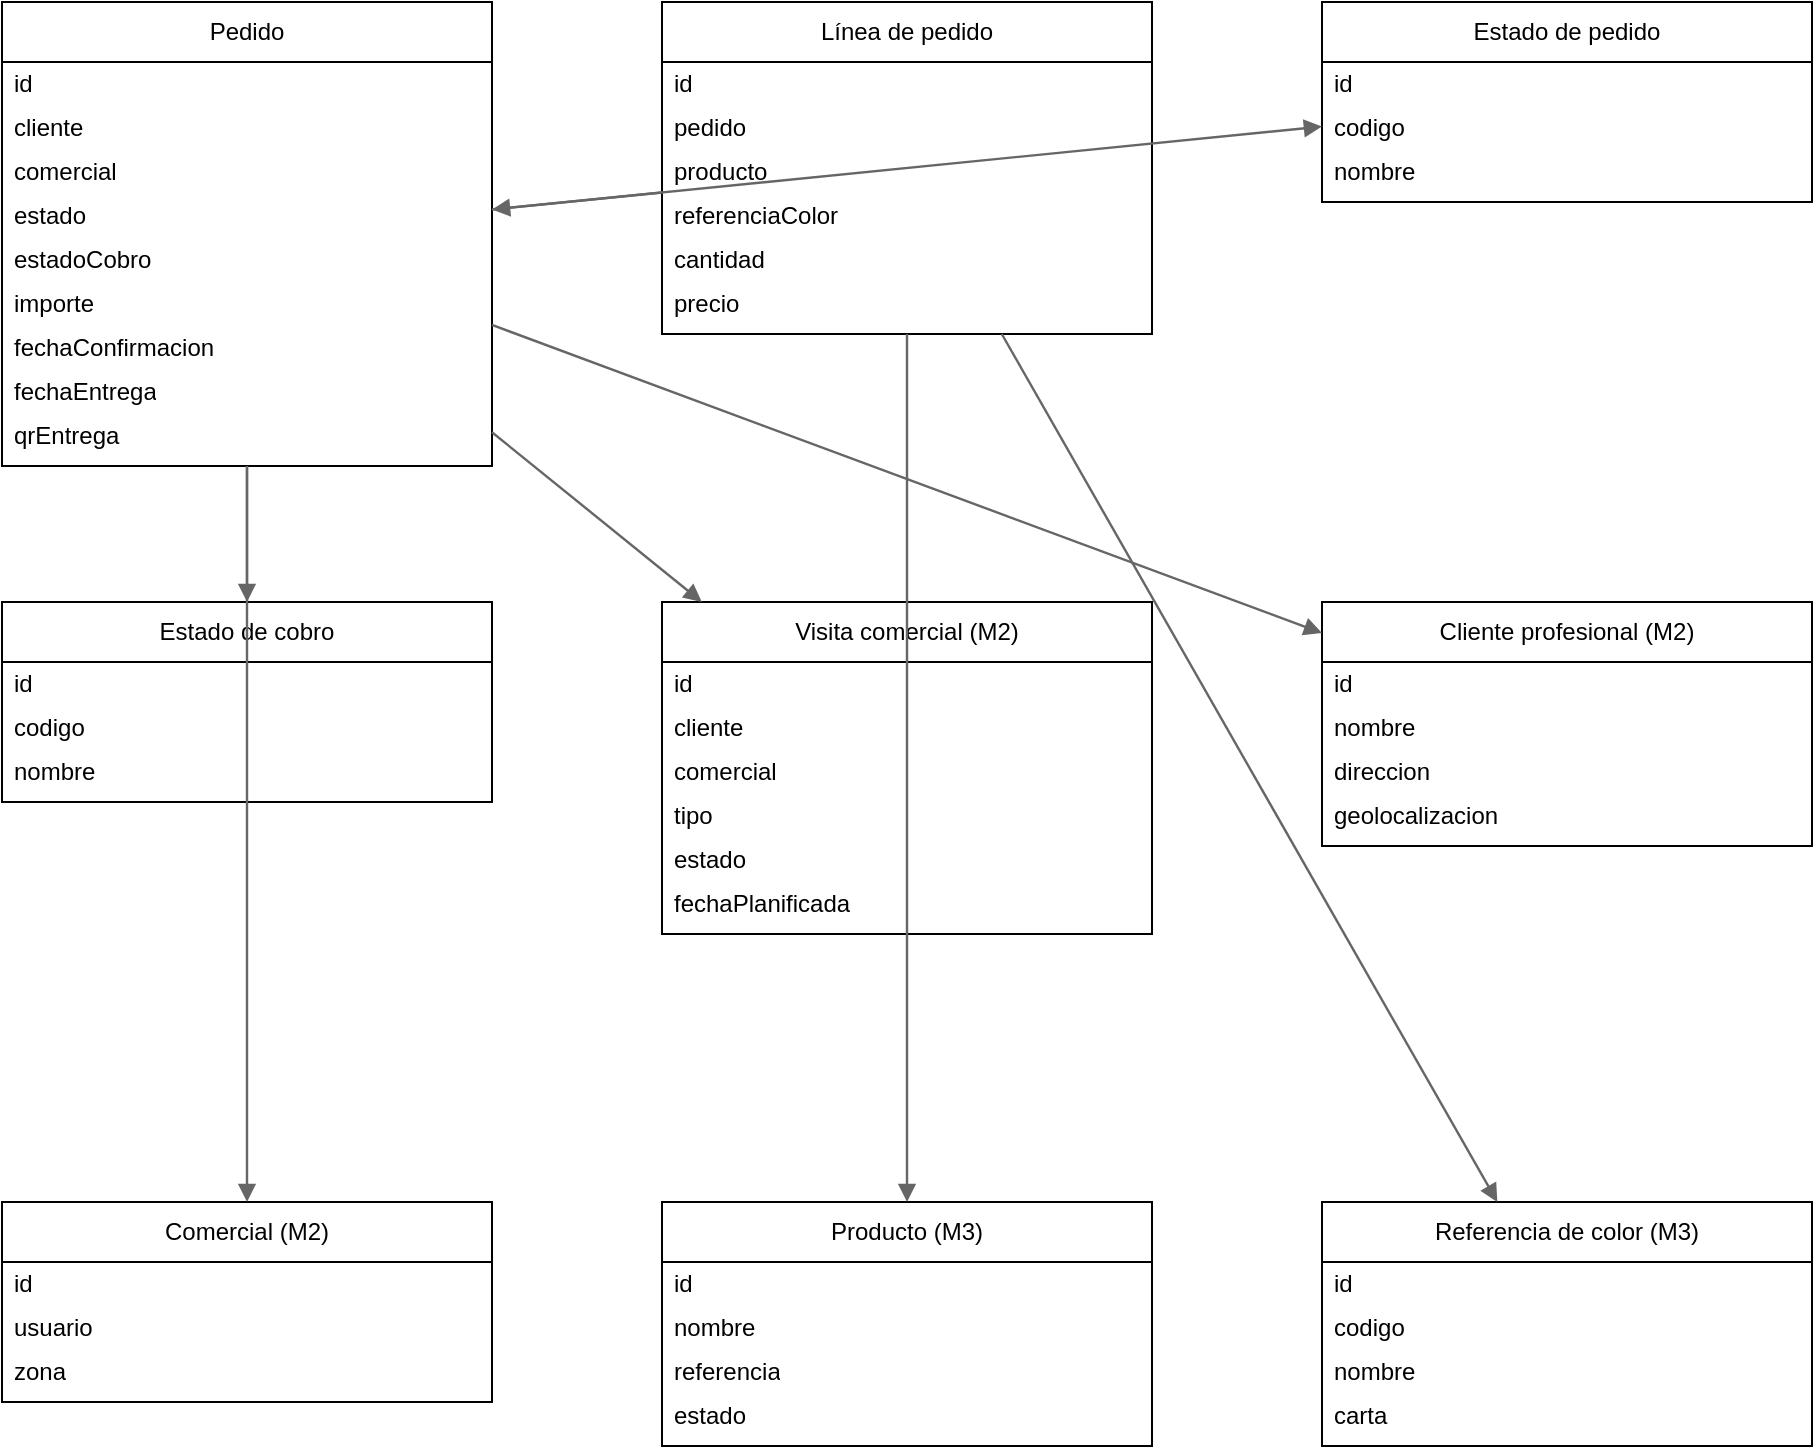
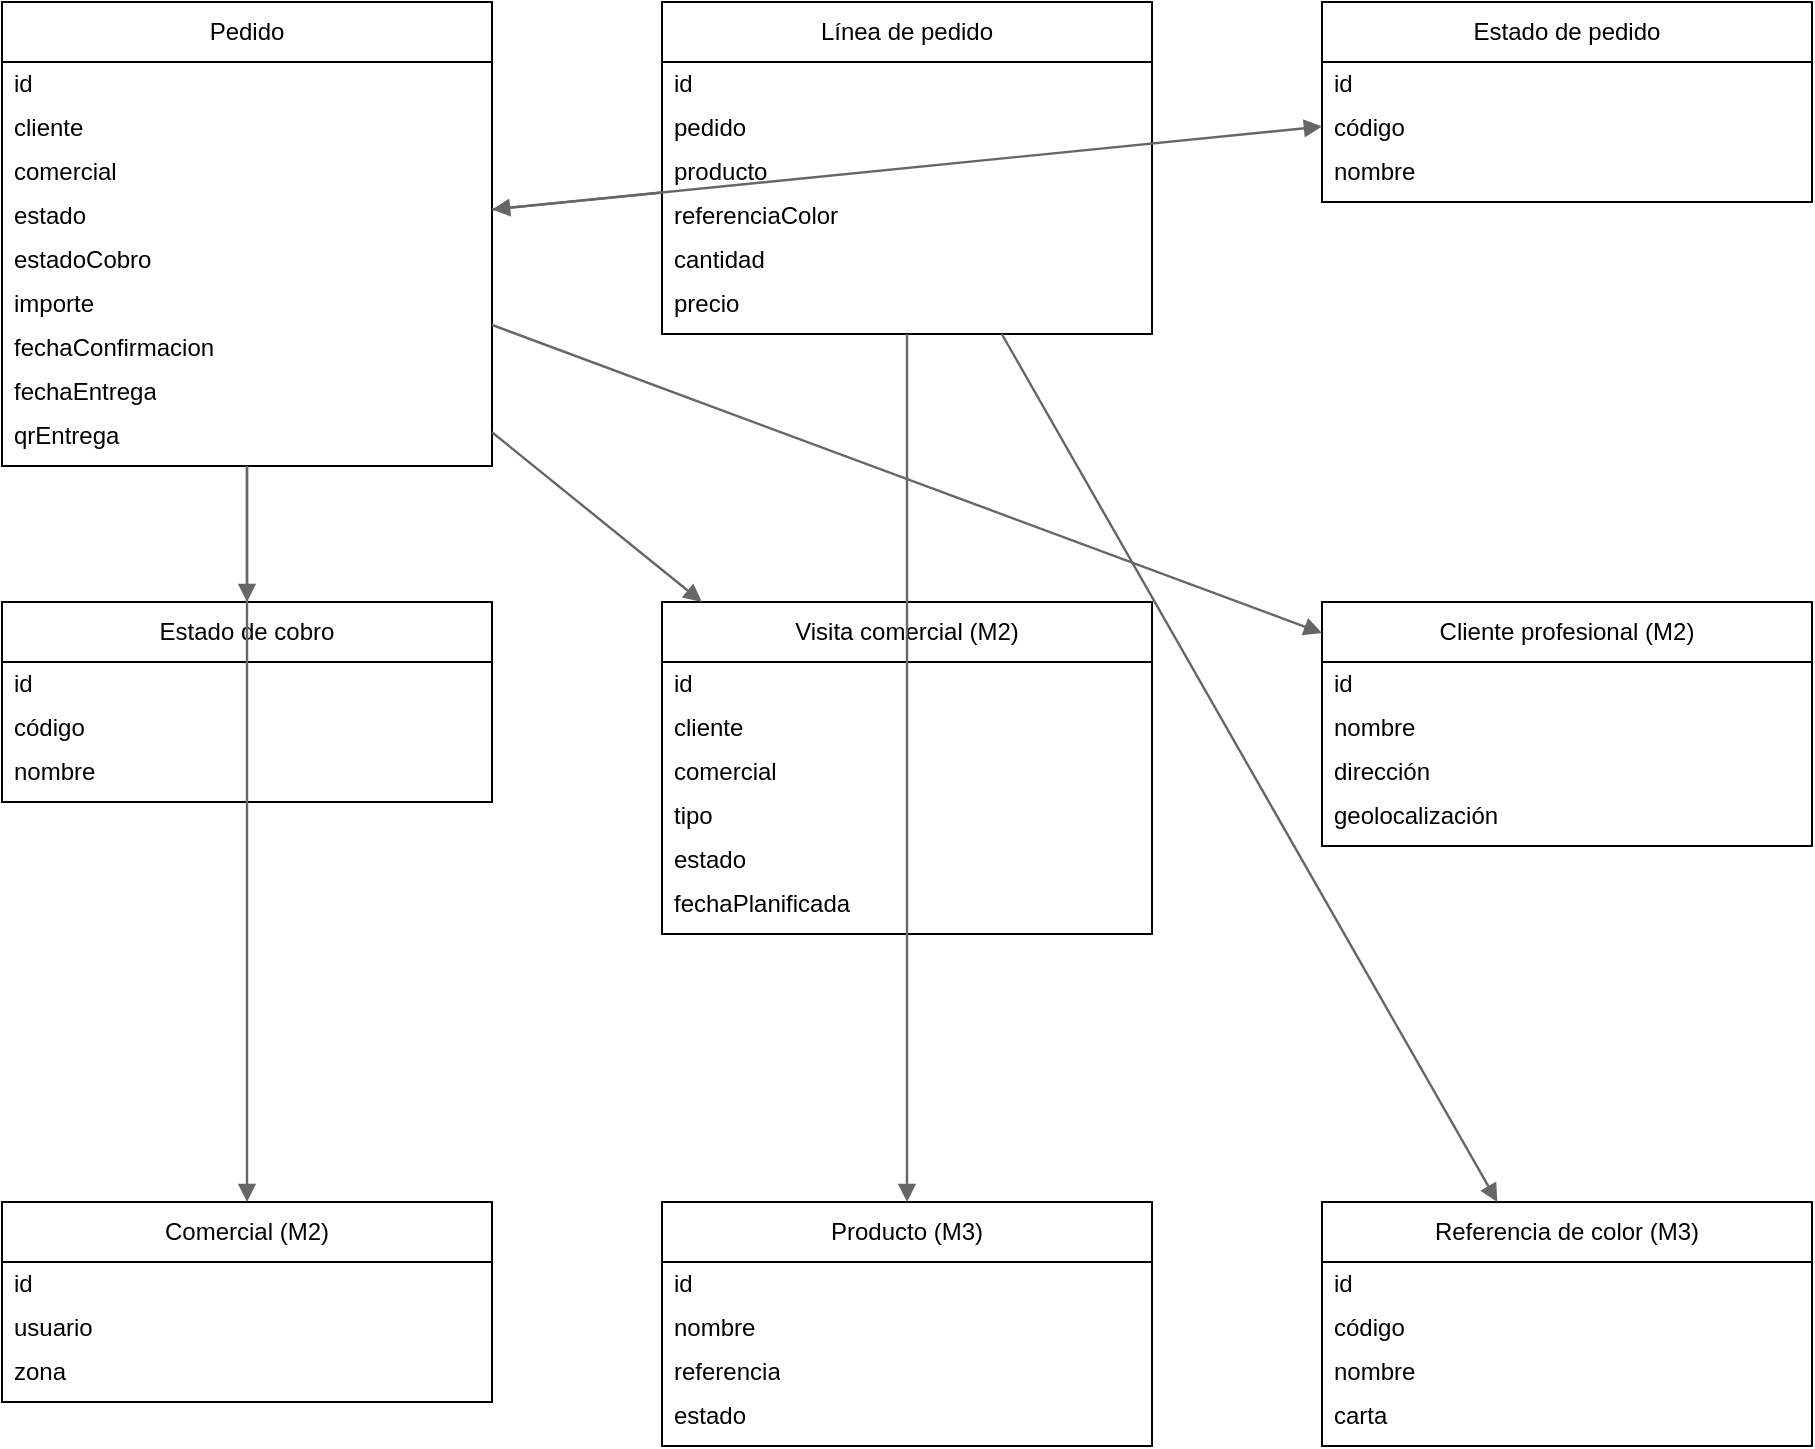
<?xml version="1.0" encoding="UTF-8"?>
<mxfile host="codex-generated">
  <diagram name="M4 - Modelo conceptual de datos" id="m4-mcd-conceptual">
    <mxGraphModel dx="1600" dy="1200" grid="1" gridSize="10" guides="1" tooltips="1" connect="1" arrows="1" fold="1" page="1" pageScale="1" pageWidth="1200" pageHeight="900" math="0" shadow="0">
      <root>
        <mxCell id="0"/>
        <mxCell id="1" parent="0"/>
        <mxCell id="entity-pedido" value="Pedido" style="swimlane;fontStyle=0;childLayout=stackLayout;horizontal=1;startSize=30;horizontalStack=0;resizeParent=1;resizeParentMax=0;resizeLast=0;collapsible=1;marginBottom=0;whiteSpace=wrap;html=1;fontColor=#000000;" parent="1" vertex="1"><mxGeometry x="70" y="80" width="245" height="232" as="geometry"/></mxCell>
        <mxCell id="entity-pedido-a0" value="id" style="text;strokeColor=none;fillColor=none;align=left;verticalAlign=middle;spacingLeft=4;spacingRight=4;overflow=hidden;points=[[0,0.5],[1,0.5]];portConstraint=eastwest;rotatable=0;whiteSpace=wrap;html=1;fontColor=#000000;" parent="entity-pedido" vertex="1"><mxGeometry y="30" width="245" height="22" as="geometry"/></mxCell>
        <mxCell id="entity-pedido-a1" value="cliente" style="text;strokeColor=none;fillColor=none;align=left;verticalAlign=middle;spacingLeft=4;spacingRight=4;overflow=hidden;points=[[0,0.5],[1,0.5]];portConstraint=eastwest;rotatable=0;whiteSpace=wrap;html=1;fontColor=#000000;" parent="entity-pedido" vertex="1"><mxGeometry y="52" width="245" height="22" as="geometry"/></mxCell>
        <mxCell id="entity-pedido-a2" value="comercial" style="text;strokeColor=none;fillColor=none;align=left;verticalAlign=middle;spacingLeft=4;spacingRight=4;overflow=hidden;points=[[0,0.5],[1,0.5]];portConstraint=eastwest;rotatable=0;whiteSpace=wrap;html=1;fontColor=#000000;" parent="entity-pedido" vertex="1"><mxGeometry y="74" width="245" height="22" as="geometry"/></mxCell>
        <mxCell id="entity-pedido-a3" value="estado" style="text;strokeColor=none;fillColor=none;align=left;verticalAlign=middle;spacingLeft=4;spacingRight=4;overflow=hidden;points=[[0,0.5],[1,0.5]];portConstraint=eastwest;rotatable=0;whiteSpace=wrap;html=1;fontColor=#000000;" parent="entity-pedido" vertex="1"><mxGeometry y="96" width="245" height="22" as="geometry"/></mxCell>
        <mxCell id="entity-pedido-a4" value="estadoCobro" style="text;strokeColor=none;fillColor=none;align=left;verticalAlign=middle;spacingLeft=4;spacingRight=4;overflow=hidden;points=[[0,0.5],[1,0.5]];portConstraint=eastwest;rotatable=0;whiteSpace=wrap;html=1;fontColor=#000000;" parent="entity-pedido" vertex="1"><mxGeometry y="118" width="245" height="22" as="geometry"/></mxCell>
        <mxCell id="entity-pedido-a5" value="importe" style="text;strokeColor=none;fillColor=none;align=left;verticalAlign=middle;spacingLeft=4;spacingRight=4;overflow=hidden;points=[[0,0.5],[1,0.5]];portConstraint=eastwest;rotatable=0;whiteSpace=wrap;html=1;fontColor=#000000;" parent="entity-pedido" vertex="1"><mxGeometry y="140" width="245" height="22" as="geometry"/></mxCell>
        <mxCell id="entity-pedido-a6" value="fechaConfirmacion" style="text;strokeColor=none;fillColor=none;align=left;verticalAlign=middle;spacingLeft=4;spacingRight=4;overflow=hidden;points=[[0,0.5],[1,0.5]];portConstraint=eastwest;rotatable=0;whiteSpace=wrap;html=1;fontColor=#000000;" parent="entity-pedido" vertex="1"><mxGeometry y="162" width="245" height="22" as="geometry"/></mxCell>
        <mxCell id="entity-pedido-a7" value="fechaEntrega" style="text;strokeColor=none;fillColor=none;align=left;verticalAlign=middle;spacingLeft=4;spacingRight=4;overflow=hidden;points=[[0,0.5],[1,0.5]];portConstraint=eastwest;rotatable=0;whiteSpace=wrap;html=1;fontColor=#000000;" parent="entity-pedido" vertex="1"><mxGeometry y="184" width="245" height="22" as="geometry"/></mxCell>
        <mxCell id="entity-pedido-a8" value="qrEntrega" style="text;strokeColor=none;fillColor=none;align=left;verticalAlign=middle;spacingLeft=4;spacingRight=4;overflow=hidden;points=[[0,0.5],[1,0.5]];portConstraint=eastwest;rotatable=0;whiteSpace=wrap;html=1;fontColor=#000000;" parent="entity-pedido" vertex="1"><mxGeometry y="206" width="245" height="22" as="geometry"/></mxCell>
        <mxCell id="entity-linea-de-pedido" value="Línea de pedido" style="swimlane;fontStyle=0;childLayout=stackLayout;horizontal=1;startSize=30;horizontalStack=0;resizeParent=1;resizeParentMax=0;resizeLast=0;collapsible=1;marginBottom=0;whiteSpace=wrap;html=1;fontColor=#000000;" parent="1" vertex="1"><mxGeometry x="400" y="80" width="245" height="166" as="geometry"/></mxCell>
        <mxCell id="entity-linea-de-pedido-a0" value="id" style="text;strokeColor=none;fillColor=none;align=left;verticalAlign=middle;spacingLeft=4;spacingRight=4;overflow=hidden;points=[[0,0.5],[1,0.5]];portConstraint=eastwest;rotatable=0;whiteSpace=wrap;html=1;fontColor=#000000;" parent="entity-linea-de-pedido" vertex="1"><mxGeometry y="30" width="245" height="22" as="geometry"/></mxCell>
        <mxCell id="entity-linea-de-pedido-a1" value="pedido" style="text;strokeColor=none;fillColor=none;align=left;verticalAlign=middle;spacingLeft=4;spacingRight=4;overflow=hidden;points=[[0,0.5],[1,0.5]];portConstraint=eastwest;rotatable=0;whiteSpace=wrap;html=1;fontColor=#000000;" parent="entity-linea-de-pedido" vertex="1"><mxGeometry y="52" width="245" height="22" as="geometry"/></mxCell>
        <mxCell id="entity-linea-de-pedido-a2" value="producto" style="text;strokeColor=none;fillColor=none;align=left;verticalAlign=middle;spacingLeft=4;spacingRight=4;overflow=hidden;points=[[0,0.5],[1,0.5]];portConstraint=eastwest;rotatable=0;whiteSpace=wrap;html=1;fontColor=#000000;" parent="entity-linea-de-pedido" vertex="1"><mxGeometry y="74" width="245" height="22" as="geometry"/></mxCell>
        <mxCell id="entity-linea-de-pedido-a3" value="referenciaColor" style="text;strokeColor=none;fillColor=none;align=left;verticalAlign=middle;spacingLeft=4;spacingRight=4;overflow=hidden;points=[[0,0.5],[1,0.5]];portConstraint=eastwest;rotatable=0;whiteSpace=wrap;html=1;fontColor=#000000;" parent="entity-linea-de-pedido" vertex="1"><mxGeometry y="96" width="245" height="22" as="geometry"/></mxCell>
        <mxCell id="entity-linea-de-pedido-a4" value="cantidad" style="text;strokeColor=none;fillColor=none;align=left;verticalAlign=middle;spacingLeft=4;spacingRight=4;overflow=hidden;points=[[0,0.5],[1,0.5]];portConstraint=eastwest;rotatable=0;whiteSpace=wrap;html=1;fontColor=#000000;" parent="entity-linea-de-pedido" vertex="1"><mxGeometry y="118" width="245" height="22" as="geometry"/></mxCell>
        <mxCell id="entity-linea-de-pedido-a5" value="precio" style="text;strokeColor=none;fillColor=none;align=left;verticalAlign=middle;spacingLeft=4;spacingRight=4;overflow=hidden;points=[[0,0.5],[1,0.5]];portConstraint=eastwest;rotatable=0;whiteSpace=wrap;html=1;fontColor=#000000;" parent="entity-linea-de-pedido" vertex="1"><mxGeometry y="140" width="245" height="22" as="geometry"/></mxCell>
        <mxCell id="entity-estado-de-pedido" value="Estado de pedido" style="swimlane;fontStyle=0;childLayout=stackLayout;horizontal=1;startSize=30;horizontalStack=0;resizeParent=1;resizeParentMax=0;resizeLast=0;collapsible=1;marginBottom=0;whiteSpace=wrap;html=1;fontColor=#000000;" parent="1" vertex="1"><mxGeometry x="730" y="80" width="245" height="100" as="geometry"/></mxCell>
        <mxCell id="entity-estado-de-pedido-a0" value="id" style="text;strokeColor=none;fillColor=none;align=left;verticalAlign=middle;spacingLeft=4;spacingRight=4;overflow=hidden;points=[[0,0.5],[1,0.5]];portConstraint=eastwest;rotatable=0;whiteSpace=wrap;html=1;fontColor=#000000;" parent="entity-estado-de-pedido" vertex="1"><mxGeometry y="30" width="245" height="22" as="geometry"/></mxCell>
-         <mxCell id="entity-estado-de-pedido-a1" value="codigo" style="text;strokeColor=none;fillColor=none;align=left;verticalAlign=middle;spacingLeft=4;spacingRight=4;overflow=hidden;points=[[0,0.5],[1,0.5]];portConstraint=eastwest;rotatable=0;whiteSpace=wrap;html=1;fontColor=#000000;" parent="entity-estado-de-pedido" vertex="1"><mxGeometry y="52" width="245" height="22" as="geometry"/></mxCell>
+         <mxCell id="entity-estado-de-pedido-a1" value="código" style="text;strokeColor=none;fillColor=none;align=left;verticalAlign=middle;spacingLeft=4;spacingRight=4;overflow=hidden;points=[[0,0.5],[1,0.5]];portConstraint=eastwest;rotatable=0;whiteSpace=wrap;html=1;fontColor=#000000;" parent="entity-estado-de-pedido" vertex="1"><mxGeometry y="52" width="245" height="22" as="geometry"/></mxCell>
        <mxCell id="entity-estado-de-pedido-a2" value="nombre" style="text;strokeColor=none;fillColor=none;align=left;verticalAlign=middle;spacingLeft=4;spacingRight=4;overflow=hidden;points=[[0,0.5],[1,0.5]];portConstraint=eastwest;rotatable=0;whiteSpace=wrap;html=1;fontColor=#000000;" parent="entity-estado-de-pedido" vertex="1"><mxGeometry y="74" width="245" height="22" as="geometry"/></mxCell>
        <mxCell id="entity-estado-de-cobro" value="Estado de cobro" style="swimlane;fontStyle=0;childLayout=stackLayout;horizontal=1;startSize=30;horizontalStack=0;resizeParent=1;resizeParentMax=0;resizeLast=0;collapsible=1;marginBottom=0;whiteSpace=wrap;html=1;fontColor=#000000;" parent="1" vertex="1"><mxGeometry x="70" y="380" width="245" height="100" as="geometry"/></mxCell>
        <mxCell id="entity-estado-de-cobro-a0" value="id" style="text;strokeColor=none;fillColor=none;align=left;verticalAlign=middle;spacingLeft=4;spacingRight=4;overflow=hidden;points=[[0,0.5],[1,0.5]];portConstraint=eastwest;rotatable=0;whiteSpace=wrap;html=1;fontColor=#000000;" parent="entity-estado-de-cobro" vertex="1"><mxGeometry y="30" width="245" height="22" as="geometry"/></mxCell>
-         <mxCell id="entity-estado-de-cobro-a1" value="codigo" style="text;strokeColor=none;fillColor=none;align=left;verticalAlign=middle;spacingLeft=4;spacingRight=4;overflow=hidden;points=[[0,0.5],[1,0.5]];portConstraint=eastwest;rotatable=0;whiteSpace=wrap;html=1;fontColor=#000000;" parent="entity-estado-de-cobro" vertex="1"><mxGeometry y="52" width="245" height="22" as="geometry"/></mxCell>
+         <mxCell id="entity-estado-de-cobro-a1" value="código" style="text;strokeColor=none;fillColor=none;align=left;verticalAlign=middle;spacingLeft=4;spacingRight=4;overflow=hidden;points=[[0,0.5],[1,0.5]];portConstraint=eastwest;rotatable=0;whiteSpace=wrap;html=1;fontColor=#000000;" parent="entity-estado-de-cobro" vertex="1"><mxGeometry y="52" width="245" height="22" as="geometry"/></mxCell>
        <mxCell id="entity-estado-de-cobro-a2" value="nombre" style="text;strokeColor=none;fillColor=none;align=left;verticalAlign=middle;spacingLeft=4;spacingRight=4;overflow=hidden;points=[[0,0.5],[1,0.5]];portConstraint=eastwest;rotatable=0;whiteSpace=wrap;html=1;fontColor=#000000;" parent="entity-estado-de-cobro" vertex="1"><mxGeometry y="74" width="245" height="22" as="geometry"/></mxCell>
        <mxCell id="entity-visita-comercial-m2" value="Visita comercial (M2)" style="swimlane;fontStyle=0;childLayout=stackLayout;horizontal=1;startSize=30;horizontalStack=0;resizeParent=1;resizeParentMax=0;resizeLast=0;collapsible=1;marginBottom=0;whiteSpace=wrap;html=1;fontColor=#000000;" parent="1" vertex="1"><mxGeometry x="400" y="380" width="245" height="166" as="geometry"/></mxCell>
        <mxCell id="entity-visita-comercial-m2-a0" value="id" style="text;strokeColor=none;fillColor=none;align=left;verticalAlign=middle;spacingLeft=4;spacingRight=4;overflow=hidden;points=[[0,0.5],[1,0.5]];portConstraint=eastwest;rotatable=0;whiteSpace=wrap;html=1;fontColor=#000000;" parent="entity-visita-comercial-m2" vertex="1"><mxGeometry y="30" width="245" height="22" as="geometry"/></mxCell>
        <mxCell id="entity-visita-comercial-m2-a1" value="cliente" style="text;strokeColor=none;fillColor=none;align=left;verticalAlign=middle;spacingLeft=4;spacingRight=4;overflow=hidden;points=[[0,0.5],[1,0.5]];portConstraint=eastwest;rotatable=0;whiteSpace=wrap;html=1;fontColor=#000000;" parent="entity-visita-comercial-m2" vertex="1"><mxGeometry y="52" width="245" height="22" as="geometry"/></mxCell>
        <mxCell id="entity-visita-comercial-m2-a2" value="comercial" style="text;strokeColor=none;fillColor=none;align=left;verticalAlign=middle;spacingLeft=4;spacingRight=4;overflow=hidden;points=[[0,0.5],[1,0.5]];portConstraint=eastwest;rotatable=0;whiteSpace=wrap;html=1;fontColor=#000000;" parent="entity-visita-comercial-m2" vertex="1"><mxGeometry y="74" width="245" height="22" as="geometry"/></mxCell>
        <mxCell id="entity-visita-comercial-m2-a3" value="tipo" style="text;strokeColor=none;fillColor=none;align=left;verticalAlign=middle;spacingLeft=4;spacingRight=4;overflow=hidden;points=[[0,0.5],[1,0.5]];portConstraint=eastwest;rotatable=0;whiteSpace=wrap;html=1;fontColor=#000000;" parent="entity-visita-comercial-m2" vertex="1"><mxGeometry y="96" width="245" height="22" as="geometry"/></mxCell>
        <mxCell id="entity-visita-comercial-m2-a4" value="estado" style="text;strokeColor=none;fillColor=none;align=left;verticalAlign=middle;spacingLeft=4;spacingRight=4;overflow=hidden;points=[[0,0.5],[1,0.5]];portConstraint=eastwest;rotatable=0;whiteSpace=wrap;html=1;fontColor=#000000;" parent="entity-visita-comercial-m2" vertex="1"><mxGeometry y="118" width="245" height="22" as="geometry"/></mxCell>
        <mxCell id="entity-visita-comercial-m2-a5" value="fechaPlanificada" style="text;strokeColor=none;fillColor=none;align=left;verticalAlign=middle;spacingLeft=4;spacingRight=4;overflow=hidden;points=[[0,0.5],[1,0.5]];portConstraint=eastwest;rotatable=0;whiteSpace=wrap;html=1;fontColor=#000000;" parent="entity-visita-comercial-m2" vertex="1"><mxGeometry y="140" width="245" height="22" as="geometry"/></mxCell>
        <mxCell id="entity-cliente-profesional-m2" value="Cliente profesional (M2)" style="swimlane;fontStyle=0;childLayout=stackLayout;horizontal=1;startSize=30;horizontalStack=0;resizeParent=1;resizeParentMax=0;resizeLast=0;collapsible=1;marginBottom=0;whiteSpace=wrap;html=1;fontColor=#000000;" parent="1" vertex="1"><mxGeometry x="730" y="380" width="245" height="122" as="geometry"/></mxCell>
        <mxCell id="entity-cliente-profesional-m2-a0" value="id" style="text;strokeColor=none;fillColor=none;align=left;verticalAlign=middle;spacingLeft=4;spacingRight=4;overflow=hidden;points=[[0,0.5],[1,0.5]];portConstraint=eastwest;rotatable=0;whiteSpace=wrap;html=1;fontColor=#000000;" parent="entity-cliente-profesional-m2" vertex="1"><mxGeometry y="30" width="245" height="22" as="geometry"/></mxCell>
        <mxCell id="entity-cliente-profesional-m2-a1" value="nombre" style="text;strokeColor=none;fillColor=none;align=left;verticalAlign=middle;spacingLeft=4;spacingRight=4;overflow=hidden;points=[[0,0.5],[1,0.5]];portConstraint=eastwest;rotatable=0;whiteSpace=wrap;html=1;fontColor=#000000;" parent="entity-cliente-profesional-m2" vertex="1"><mxGeometry y="52" width="245" height="22" as="geometry"/></mxCell>
-         <mxCell id="entity-cliente-profesional-m2-a2" value="direccion" style="text;strokeColor=none;fillColor=none;align=left;verticalAlign=middle;spacingLeft=4;spacingRight=4;overflow=hidden;points=[[0,0.5],[1,0.5]];portConstraint=eastwest;rotatable=0;whiteSpace=wrap;html=1;fontColor=#000000;" parent="entity-cliente-profesional-m2" vertex="1"><mxGeometry y="74" width="245" height="22" as="geometry"/></mxCell>
-         <mxCell id="entity-cliente-profesional-m2-a3" value="geolocalizacion" style="text;strokeColor=none;fillColor=none;align=left;verticalAlign=middle;spacingLeft=4;spacingRight=4;overflow=hidden;points=[[0,0.5],[1,0.5]];portConstraint=eastwest;rotatable=0;whiteSpace=wrap;html=1;fontColor=#000000;" parent="entity-cliente-profesional-m2" vertex="1"><mxGeometry y="96" width="245" height="22" as="geometry"/></mxCell>
+         <mxCell id="entity-cliente-profesional-m2-a2" value="dirección" style="text;strokeColor=none;fillColor=none;align=left;verticalAlign=middle;spacingLeft=4;spacingRight=4;overflow=hidden;points=[[0,0.5],[1,0.5]];portConstraint=eastwest;rotatable=0;whiteSpace=wrap;html=1;fontColor=#000000;" parent="entity-cliente-profesional-m2" vertex="1"><mxGeometry y="74" width="245" height="22" as="geometry"/></mxCell>
+         <mxCell id="entity-cliente-profesional-m2-a3" value="geolocalización" style="text;strokeColor=none;fillColor=none;align=left;verticalAlign=middle;spacingLeft=4;spacingRight=4;overflow=hidden;points=[[0,0.5],[1,0.5]];portConstraint=eastwest;rotatable=0;whiteSpace=wrap;html=1;fontColor=#000000;" parent="entity-cliente-profesional-m2" vertex="1"><mxGeometry y="96" width="245" height="22" as="geometry"/></mxCell>
        <mxCell id="entity-comercial-m2" value="Comercial (M2)" style="swimlane;fontStyle=0;childLayout=stackLayout;horizontal=1;startSize=30;horizontalStack=0;resizeParent=1;resizeParentMax=0;resizeLast=0;collapsible=1;marginBottom=0;whiteSpace=wrap;html=1;fontColor=#000000;" parent="1" vertex="1"><mxGeometry x="70" y="680" width="245" height="100" as="geometry"/></mxCell>
        <mxCell id="entity-comercial-m2-a0" value="id" style="text;strokeColor=none;fillColor=none;align=left;verticalAlign=middle;spacingLeft=4;spacingRight=4;overflow=hidden;points=[[0,0.5],[1,0.5]];portConstraint=eastwest;rotatable=0;whiteSpace=wrap;html=1;fontColor=#000000;" parent="entity-comercial-m2" vertex="1"><mxGeometry y="30" width="245" height="22" as="geometry"/></mxCell>
        <mxCell id="entity-comercial-m2-a1" value="usuario" style="text;strokeColor=none;fillColor=none;align=left;verticalAlign=middle;spacingLeft=4;spacingRight=4;overflow=hidden;points=[[0,0.5],[1,0.5]];portConstraint=eastwest;rotatable=0;whiteSpace=wrap;html=1;fontColor=#000000;" parent="entity-comercial-m2" vertex="1"><mxGeometry y="52" width="245" height="22" as="geometry"/></mxCell>
        <mxCell id="entity-comercial-m2-a2" value="zona" style="text;strokeColor=none;fillColor=none;align=left;verticalAlign=middle;spacingLeft=4;spacingRight=4;overflow=hidden;points=[[0,0.5],[1,0.5]];portConstraint=eastwest;rotatable=0;whiteSpace=wrap;html=1;fontColor=#000000;" parent="entity-comercial-m2" vertex="1"><mxGeometry y="74" width="245" height="22" as="geometry"/></mxCell>
        <mxCell id="entity-producto-m3" value="Producto (M3)" style="swimlane;fontStyle=0;childLayout=stackLayout;horizontal=1;startSize=30;horizontalStack=0;resizeParent=1;resizeParentMax=0;resizeLast=0;collapsible=1;marginBottom=0;whiteSpace=wrap;html=1;fontColor=#000000;" parent="1" vertex="1"><mxGeometry x="400" y="680" width="245" height="122" as="geometry"/></mxCell>
        <mxCell id="entity-producto-m3-a0" value="id" style="text;strokeColor=none;fillColor=none;align=left;verticalAlign=middle;spacingLeft=4;spacingRight=4;overflow=hidden;points=[[0,0.5],[1,0.5]];portConstraint=eastwest;rotatable=0;whiteSpace=wrap;html=1;fontColor=#000000;" parent="entity-producto-m3" vertex="1"><mxGeometry y="30" width="245" height="22" as="geometry"/></mxCell>
        <mxCell id="entity-producto-m3-a1" value="nombre" style="text;strokeColor=none;fillColor=none;align=left;verticalAlign=middle;spacingLeft=4;spacingRight=4;overflow=hidden;points=[[0,0.5],[1,0.5]];portConstraint=eastwest;rotatable=0;whiteSpace=wrap;html=1;fontColor=#000000;" parent="entity-producto-m3" vertex="1"><mxGeometry y="52" width="245" height="22" as="geometry"/></mxCell>
        <mxCell id="entity-producto-m3-a2" value="referencia" style="text;strokeColor=none;fillColor=none;align=left;verticalAlign=middle;spacingLeft=4;spacingRight=4;overflow=hidden;points=[[0,0.5],[1,0.5]];portConstraint=eastwest;rotatable=0;whiteSpace=wrap;html=1;fontColor=#000000;" parent="entity-producto-m3" vertex="1"><mxGeometry y="74" width="245" height="22" as="geometry"/></mxCell>
        <mxCell id="entity-producto-m3-a3" value="estado" style="text;strokeColor=none;fillColor=none;align=left;verticalAlign=middle;spacingLeft=4;spacingRight=4;overflow=hidden;points=[[0,0.5],[1,0.5]];portConstraint=eastwest;rotatable=0;whiteSpace=wrap;html=1;fontColor=#000000;" parent="entity-producto-m3" vertex="1"><mxGeometry y="96" width="245" height="22" as="geometry"/></mxCell>
        <mxCell id="entity-referencia-de-color-m3" value="Referencia de color (M3)" style="swimlane;fontStyle=0;childLayout=stackLayout;horizontal=1;startSize=30;horizontalStack=0;resizeParent=1;resizeParentMax=0;resizeLast=0;collapsible=1;marginBottom=0;whiteSpace=wrap;html=1;fontColor=#000000;" parent="1" vertex="1"><mxGeometry x="730" y="680" width="245" height="122" as="geometry"/></mxCell>
        <mxCell id="entity-referencia-de-color-m3-a0" value="id" style="text;strokeColor=none;fillColor=none;align=left;verticalAlign=middle;spacingLeft=4;spacingRight=4;overflow=hidden;points=[[0,0.5],[1,0.5]];portConstraint=eastwest;rotatable=0;whiteSpace=wrap;html=1;fontColor=#000000;" parent="entity-referencia-de-color-m3" vertex="1"><mxGeometry y="30" width="245" height="22" as="geometry"/></mxCell>
-         <mxCell id="entity-referencia-de-color-m3-a1" value="codigo" style="text;strokeColor=none;fillColor=none;align=left;verticalAlign=middle;spacingLeft=4;spacingRight=4;overflow=hidden;points=[[0,0.5],[1,0.5]];portConstraint=eastwest;rotatable=0;whiteSpace=wrap;html=1;fontColor=#000000;" parent="entity-referencia-de-color-m3" vertex="1"><mxGeometry y="52" width="245" height="22" as="geometry"/></mxCell>
+         <mxCell id="entity-referencia-de-color-m3-a1" value="código" style="text;strokeColor=none;fillColor=none;align=left;verticalAlign=middle;spacingLeft=4;spacingRight=4;overflow=hidden;points=[[0,0.5],[1,0.5]];portConstraint=eastwest;rotatable=0;whiteSpace=wrap;html=1;fontColor=#000000;" parent="entity-referencia-de-color-m3" vertex="1"><mxGeometry y="52" width="245" height="22" as="geometry"/></mxCell>
        <mxCell id="entity-referencia-de-color-m3-a2" value="nombre" style="text;strokeColor=none;fillColor=none;align=left;verticalAlign=middle;spacingLeft=4;spacingRight=4;overflow=hidden;points=[[0,0.5],[1,0.5]];portConstraint=eastwest;rotatable=0;whiteSpace=wrap;html=1;fontColor=#000000;" parent="entity-referencia-de-color-m3" vertex="1"><mxGeometry y="74" width="245" height="22" as="geometry"/></mxCell>
        <mxCell id="entity-referencia-de-color-m3-a3" value="carta" style="text;strokeColor=none;fillColor=none;align=left;verticalAlign=middle;spacingLeft=4;spacingRight=4;overflow=hidden;points=[[0,0.5],[1,0.5]];portConstraint=eastwest;rotatable=0;whiteSpace=wrap;html=1;fontColor=#000000;" parent="entity-referencia-de-color-m3" vertex="1"><mxGeometry y="96" width="245" height="22" as="geometry"/></mxCell>
        <mxCell id="rel-0" value="" style="endArrow=block;html=1;rounded=0;strokeWidth=1.2;strokeColor=#666666;" parent="1" source="entity-pedido" target="entity-cliente-profesional-m2" edge="1"><mxGeometry relative="1" as="geometry"/></mxCell>
        <mxCell id="rel-1" value="" style="endArrow=block;html=1;rounded=0;strokeWidth=1.2;strokeColor=#666666;" parent="1" source="entity-pedido" target="entity-comercial-m2" edge="1"><mxGeometry relative="1" as="geometry"/></mxCell>
        <mxCell id="rel-2" value="" style="endArrow=block;html=1;rounded=0;strokeWidth=1.2;strokeColor=#666666;" parent="1" source="entity-pedido" target="entity-estado-de-pedido" edge="1"><mxGeometry relative="1" as="geometry"/></mxCell>
        <mxCell id="rel-3" value="" style="endArrow=block;html=1;rounded=0;strokeWidth=1.2;strokeColor=#666666;" parent="1" source="entity-pedido" target="entity-estado-de-cobro" edge="1"><mxGeometry relative="1" as="geometry"/></mxCell>
        <mxCell id="rel-4" value="" style="endArrow=block;html=1;rounded=0;strokeWidth=1.2;strokeColor=#666666;" parent="1" source="entity-pedido" target="entity-visita-comercial-m2" edge="1"><mxGeometry relative="1" as="geometry"/></mxCell>
        <mxCell id="rel-5" value="" style="endArrow=block;html=1;rounded=0;strokeWidth=1.2;strokeColor=#666666;" parent="1" source="entity-linea-de-pedido" target="entity-pedido" edge="1"><mxGeometry relative="1" as="geometry"/></mxCell>
        <mxCell id="rel-6" value="" style="endArrow=block;html=1;rounded=0;strokeWidth=1.2;strokeColor=#666666;" parent="1" source="entity-linea-de-pedido" target="entity-producto-m3" edge="1"><mxGeometry relative="1" as="geometry"/></mxCell>
        <mxCell id="rel-7" value="" style="endArrow=block;html=1;rounded=0;strokeWidth=1.2;strokeColor=#666666;" parent="1" source="entity-linea-de-pedido" target="entity-referencia-de-color-m3" edge="1"><mxGeometry relative="1" as="geometry"/></mxCell>
      </root>
    </mxGraphModel>
  </diagram>
</mxfile>
